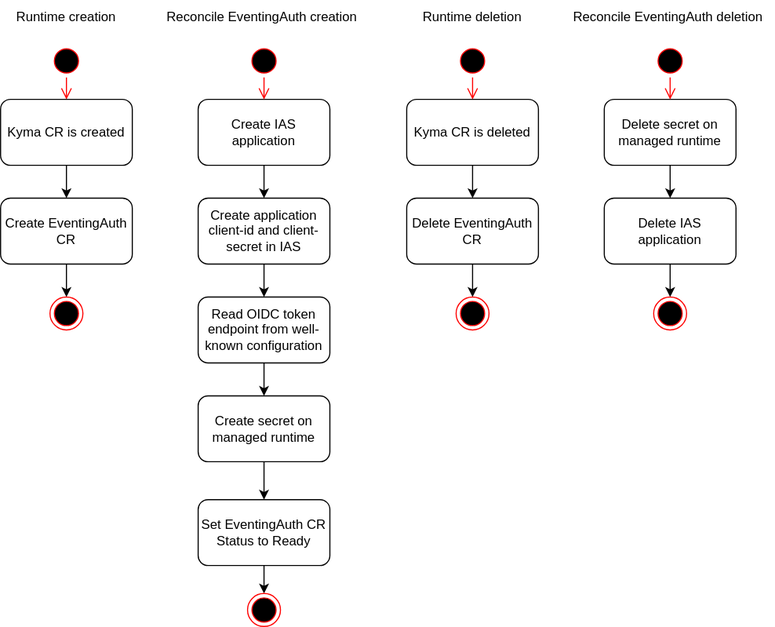
Above: doc/controller-flow.svg in kyma-project/eventing-auth-manager (draw.io), before the change. Source tidied: cells renumbered, new cells last; positions are measured from the earlier drawing's top-left corner, leaving out a move shared by most shapes.
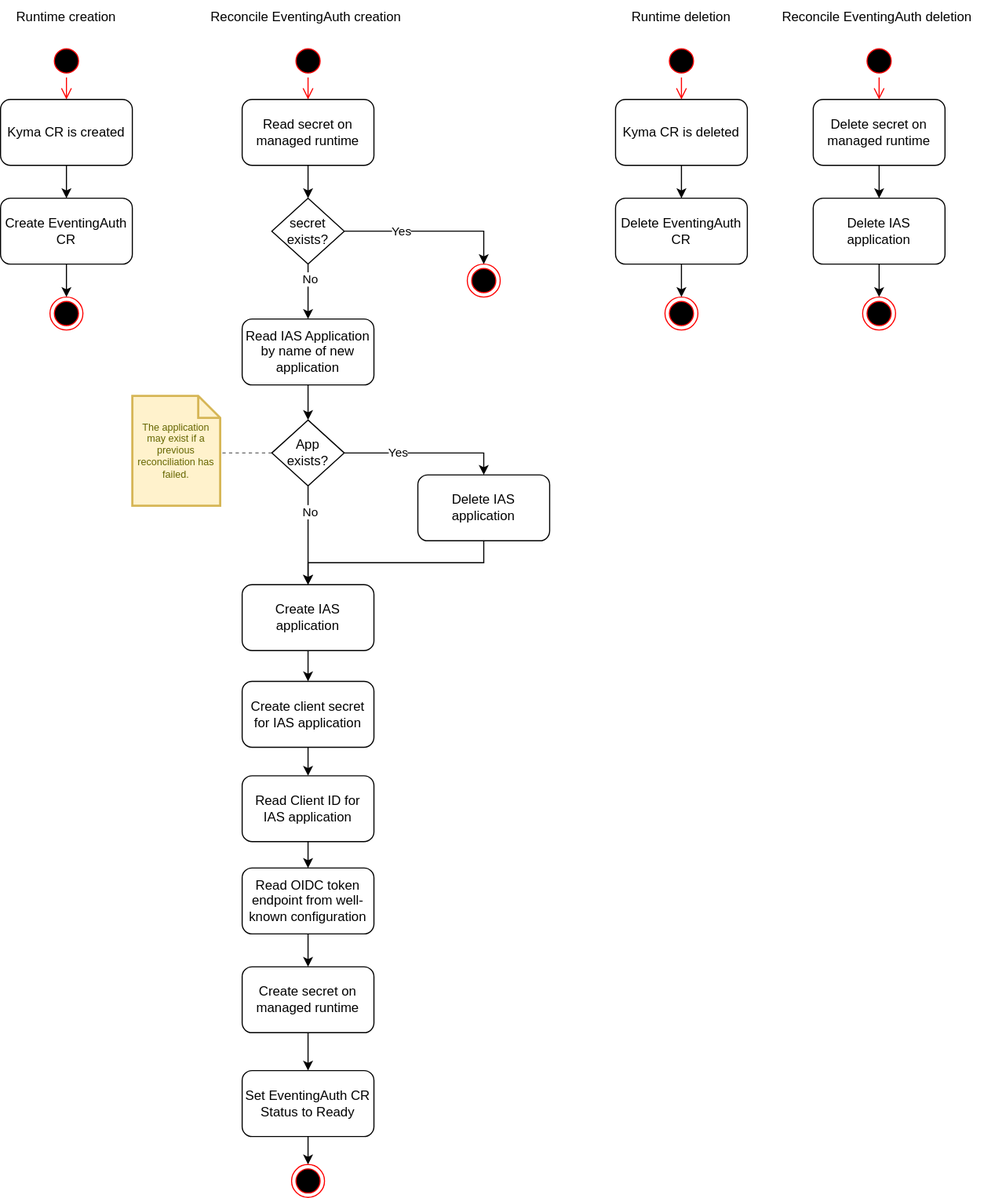
Above is the later version.

Commit message:
Extend reconciliation flow

What changed in the source:
```diff
@@ -20,35 +20,28 @@
     <mxCell id="7" value="Create EventingAuth CR" style="rounded=1;whiteSpace=wrap;html=1;" parent="1" vertex="1">
       <mxGeometry y="180" width="120" height="60" as="geometry" />
     </mxCell>
-    <mxCell id="8" style="edgeStyle=orthogonalEdgeStyle;rounded=0;jettySize=auto;html=1;entryX=0.5;entryY=0;entryDx=0;entryDy=0;" parent="1" edge="1" source="9" target="11">
-      <mxGeometry relative="1" as="geometry" />
-    </mxCell>
-    <mxCell id="9" value="Create IAS application" style="rounded=1;whiteSpace=wrap;html=1;" parent="1" vertex="1">
-      <mxGeometry x="180" y="90" width="120" height="60" as="geometry" />
-    </mxCell>
-    <mxCell id="10" style="edgeStyle=orthogonalEdgeStyle;rounded=0;jettySize=auto;html=1;entryX=0.5;entryY=0;entryDx=0;entryDy=0;" parent="1" edge="1" source="11" target="13">
-      <mxGeometry relative="1" as="geometry" />
-    </mxCell>
-    <mxCell id="11" value="Create application client-id and client-secret in IAS" style="rounded=1;whiteSpace=wrap;html=1;" parent="1" vertex="1">
-      <mxGeometry x="180" y="180" width="120" height="60" as="geometry" />
+    <mxCell id="11" value="Read IAS Application by name of new application" style="rounded=1;whiteSpace=wrap;html=1;" parent="1" vertex="1">
+      <mxGeometry x="220" y="290" width="120" height="60" as="geometry" />
     </mxCell>
     <mxCell id="12" style="edgeStyle=orthogonalEdgeStyle;rounded=0;jettySize=auto;html=1;entryX=0.5;entryY=0;entryDx=0;entryDy=0;" parent="1" edge="1" source="13" target="20">
       <mxGeometry relative="1" as="geometry" />
     </mxCell>
     <mxCell id="13" value="Read OIDC token endpoint from well-known configuration" style="rounded=1;whiteSpace=wrap;html=1;" parent="1" vertex="1">
-      <mxGeometry x="180" y="270" width="120" height="60" as="geometry" />
+      <mxGeometry x="220" y="790" width="120" height="60" as="geometry" />
     </mxCell>
     <mxCell id="14" value="Runtime creation" style="text;html=1;strokeColor=none;fillColor=none;align=center;verticalAlign=middle;whiteSpace=wrap;rounded=0;" parent="1" vertex="1">
       <mxGeometry width="120" height="30" as="geometry" />
     </mxCell>
     <mxCell id="15" value="Reconcile EventingAuth creation&amp;nbsp;" style="text;html=1;strokeColor=none;fillColor=none;align=center;verticalAlign=middle;whiteSpace=wrap;rounded=0;" parent="1" vertex="1">
-      <mxGeometry x="150" width="180" height="30" as="geometry" />
+      <mxGeometry x="190" width="180" height="30" as="geometry" />
     </mxCell>
     <mxCell id="16" style="ellipse;html=1;shape=startState;fillColor=#000000;strokeColor=#ff0000;" parent="1" vertex="1">
-      <mxGeometry x="225" y="40" width="30" height="30" as="geometry" />
+      <mxGeometry x="265" y="40" width="30" height="30" as="geometry" />
     </mxCell>
-    <mxCell id="17" style="edgeStyle=orthogonalEdgeStyle;html=1;verticalAlign=bottom;endArrow=open;endSize=8;strokeColor=#ff0000;rounded=0;entryX=0.5;entryY=0;entryDx=0;entryDy=0;" parent="1" edge="1" source="16" target="9">
-      <mxGeometry relative="1" as="geometry" />
+    <mxCell id="17" style="edgeStyle=orthogonalEdgeStyle;html=1;verticalAlign=bottom;endArrow=open;endSize=8;strokeColor=#ff0000;rounded=0;entryX=0.5;entryY=0;entryDx=0;entryDy=0;" parent="1" edge="1" source="16">
+      <mxGeometry relative="1" as="geometry">
+        <mxPoint x="280" y="90" as="targetPoint" />
+      </mxGeometry>
     </mxCell>
     <mxCell id="18" style="ellipse;html=1;shape=endState;fillColor=#000000;strokeColor=#ff0000;" parent="1" vertex="1">
       <mxGeometry x="45" y="270" width="30" height="30" as="geometry" />
@@ -57,19 +50,19 @@
       <mxGeometry relative="1" as="geometry" />
     </mxCell>
     <mxCell id="20" value="Create secret on managed runtime" style="rounded=1;whiteSpace=wrap;html=1;" parent="1" vertex="1">
-      <mxGeometry x="180" y="360" width="120" height="60" as="geometry" />
+      <mxGeometry x="220" y="880" width="120" height="60" as="geometry" />
     </mxCell>
     <mxCell id="21" style="edgeStyle=orthogonalEdgeStyle;rounded=0;jettySize=auto;html=1;entryX=0.5;entryY=0;entryDx=0;entryDy=0;" parent="1" edge="1" source="22" target="23">
       <mxGeometry relative="1" as="geometry" />
     </mxCell>
     <mxCell id="22" value="Set EventingAuth CR Status to Ready" style="rounded=1;whiteSpace=wrap;html=1;" parent="1" vertex="1">
-      <mxGeometry x="180" y="454.5" width="120" height="60" as="geometry" />
+      <mxGeometry x="220" y="974.5" width="120" height="60" as="geometry" />
     </mxCell>
     <mxCell id="23" style="ellipse;html=1;shape=endState;fillColor=#000000;strokeColor=#ff0000;" parent="1" vertex="1">
-      <mxGeometry x="225" y="540" width="30" height="30" as="geometry" />
+      <mxGeometry x="265" y="1060" width="30" height="30" as="geometry" />
     </mxCell>
     <mxCell id="24" style="ellipse;html=1;shape=startState;fillColor=#000000;strokeColor=#ff0000;" parent="1" vertex="1">
-      <mxGeometry x="415" y="40" width="30" height="30" as="geometry" />
+      <mxGeometry x="605" y="40" width="30" height="30" as="geometry" />
     </mxCell>
     <mxCell id="25" style="edgeStyle=orthogonalEdgeStyle;html=1;verticalAlign=bottom;endArrow=open;endSize=8;strokeColor=#ff0000;rounded=0;entryX=0.5;entryY=0;entryDx=0;entryDy=0;" parent="1" edge="1" source="24" target="27">
       <mxGeometry relative="1" as="geometry" />
@@ -78,45 +71,122 @@
       <mxGeometry relative="1" as="geometry" />
     </mxCell>
     <mxCell id="27" value="Kyma CR is deleted" style="rounded=1;whiteSpace=wrap;html=1;" parent="1" vertex="1">
-      <mxGeometry x="370" y="90" width="120" height="60" as="geometry" />
+      <mxGeometry x="560" y="90" width="120" height="60" as="geometry" />
     </mxCell>
     <mxCell id="28" style="edgeStyle=orthogonalEdgeStyle;rounded=0;jettySize=auto;html=1;entryX=0.5;entryY=0;entryDx=0;entryDy=0;" parent="1" edge="1" source="29" target="31">
       <mxGeometry relative="1" as="geometry" />
     </mxCell>
     <mxCell id="29" value="Delete EventingAuth CR" style="rounded=1;whiteSpace=wrap;html=1;" parent="1" vertex="1">
-      <mxGeometry x="370" y="180" width="120" height="60" as="geometry" />
+      <mxGeometry x="560" y="180" width="120" height="60" as="geometry" />
     </mxCell>
     <mxCell id="30" value="Runtime deletion" style="text;html=1;strokeColor=none;fillColor=none;align=center;verticalAlign=middle;whiteSpace=wrap;rounded=0;" parent="1" vertex="1">
-      <mxGeometry x="370" width="120" height="30" as="geometry" />
+      <mxGeometry x="560" width="120" height="30" as="geometry" />
     </mxCell>
     <mxCell id="31" style="ellipse;html=1;shape=endState;fillColor=#000000;strokeColor=#ff0000;" parent="1" vertex="1">
-      <mxGeometry x="415" y="270" width="30" height="30" as="geometry" />
+      <mxGeometry x="605" y="270" width="30" height="30" as="geometry" />
     </mxCell>
     <mxCell id="32" style="edgeStyle=orthogonalEdgeStyle;rounded=0;jettySize=auto;html=1;entryX=0.5;entryY=0;entryDx=0;entryDy=0;" parent="1" edge="1" source="33" target="35">
       <mxGeometry relative="1" as="geometry" />
     </mxCell>
     <mxCell id="33" value="Delete secret on managed runtime" style="rounded=1;whiteSpace=wrap;html=1;" parent="1" vertex="1">
-      <mxGeometry x="550" y="90" width="120" height="60" as="geometry" />
+      <mxGeometry x="740" y="90" width="120" height="60" as="geometry" />
     </mxCell>
     <mxCell id="34" style="edgeStyle=orthogonalEdgeStyle;rounded=0;jettySize=auto;html=1;entryX=0.5;entryY=0;entryDx=0;entryDy=0;" parent="1" edge="1" source="35" target="39">
       <mxGeometry relative="1" as="geometry" />
     </mxCell>
     <mxCell id="35" value="Delete IAS application" style="rounded=1;whiteSpace=wrap;html=1;" parent="1" vertex="1">
-      <mxGeometry x="550" y="180" width="120" height="60" as="geometry" />
+      <mxGeometry x="740" y="180" width="120" height="60" as="geometry" />
     </mxCell>
     <mxCell id="36" value="Reconcile EventingAuth deletion&amp;nbsp;" style="text;html=1;strokeColor=none;fillColor=none;align=center;verticalAlign=middle;whiteSpace=wrap;rounded=0;" parent="1" vertex="1">
-      <mxGeometry x="515" width="190" height="30" as="geometry" />
+      <mxGeometry x="705" width="190" height="30" as="geometry" />
     </mxCell>
     <mxCell id="37" style="ellipse;html=1;shape=startState;fillColor=#000000;strokeColor=#ff0000;" parent="1" vertex="1">
-      <mxGeometry x="595" y="40" width="30" height="30" as="geometry" />
+      <mxGeometry x="785" y="40" width="30" height="30" as="geometry" />
     </mxCell>
     <mxCell id="38" style="edgeStyle=orthogonalEdgeStyle;html=1;verticalAlign=bottom;endArrow=open;endSize=8;strokeColor=#ff0000;rounded=0;" parent="1" edge="1" source="37">
       <mxGeometry relative="1" as="geometry">
-        <mxPoint x="610" y="90" as="targetPoint" />
+        <mxPoint x="800" y="90" as="targetPoint" />
       </mxGeometry>
     </mxCell>
     <mxCell id="39" style="ellipse;html=1;shape=endState;fillColor=#000000;strokeColor=#ff0000;" parent="1" vertex="1">
-      <mxGeometry x="595" y="270" width="30" height="30" as="geometry" />
+      <mxGeometry x="785" y="270" width="30" height="30" as="geometry" />
     </mxCell>
+    <mxCell id="40" style="edgeStyle=orthogonalEdgeStyle;rounded=0;jettySize=auto;html=1;entryX=0.5;entryY=0;entryDx=0;entryDy=0;" parent="1" edge="1" source="9" target="59">
+      <mxGeometry relative="1" as="geometry" />
+    </mxCell>
+    <mxCell id="9" value="Create IAS application" style="rounded=1;whiteSpace=wrap;html=1;" parent="1" vertex="1">
+      <mxGeometry x="220" y="532" width="120" height="60" as="geometry" />
+    </mxCell>
+    <mxCell id="41" style="edgeStyle=orthogonalEdgeStyle;rounded=0;jettySize=auto;html=1;entryX=0.5;entryY=0;entryDx=0;entryDy=0;" parent="1" edge="1" source="42" target="47">
+      <mxGeometry relative="1" as="geometry" />
+    </mxCell>
+    <mxCell id="42" value="Read secret on managed runtime" style="rounded=1;whiteSpace=wrap;html=1;" parent="1" vertex="1">
+      <mxGeometry x="220" y="90" width="120" height="60" as="geometry" />
+    </mxCell>
+    <mxCell id="43" style="edgeStyle=orthogonalEdgeStyle;rounded=0;jettySize=auto;html=1;entryX=0.5;entryY=0;entryDx=0;entryDy=0;" parent="1" edge="1" source="47" target="48">
+      <mxGeometry relative="1" as="geometry" />
+    </mxCell>
+    <mxCell id="44" value="Yes" style="edgeLabel;html=1;align=center;verticalAlign=middle;" parent="43" vertex="1">
+      <mxGeometry x="-0.35" y="1" relative="1" as="geometry" />
+    </mxCell>
+    <mxCell id="45" style="edgeStyle=orthogonalEdgeStyle;rounded=0;jettySize=auto;html=1;entryX=0.5;entryY=0;entryDx=0;entryDy=0;" parent="1" edge="1" source="47" target="11">
+      <mxGeometry relative="1" as="geometry" />
+    </mxCell>
+    <mxCell id="46" value="No" style="edgeLabel;html=1;align=center;verticalAlign=middle;" parent="45" vertex="1">
+      <mxGeometry x="-0.48" y="1" relative="1" as="geometry" />
+    </mxCell>
+    <mxCell id="47" value="secret&lt;br&gt;exists?" style="rhombus;whiteSpace=wrap;html=1;" parent="1" vertex="1">
+      <mxGeometry x="247" y="180" width="66" height="60" as="geometry" />
+    </mxCell>
+    <mxCell id="48" style="ellipse;html=1;shape=endState;fillColor=#000000;strokeColor=#ff0000;" parent="1" vertex="1">
+      <mxGeometry x="425" y="240" width="30" height="30" as="geometry" />
+    </mxCell>
+    <mxCell id="49" style="edgeStyle=orthogonalEdgeStyle;rounded=0;jettySize=auto;html=1;entryX=0.5;entryY=0;entryDx=0;entryDy=0;exitX=0.5;exitY=1;exitDx=0;exitDy=0;" parent="1" edge="1" source="11" target="55">
+      <mxGeometry relative="1" as="geometry" />
+    </mxCell>
+    <mxCell id="50" style="edgeStyle=orthogonalEdgeStyle;rounded=0;jettySize=auto;html=1;entryX=0.5;entryY=0;entryDx=0;entryDy=0;" parent="1" edge="1" source="55" target="57">
+      <mxGeometry relative="1" as="geometry" />
+    </mxCell>
+    <mxCell id="51" value="Yes" style="edgeLabel;html=1;align=center;verticalAlign=middle;" parent="50" vertex="1">
+      <mxGeometry x="-0.35" y="1" relative="1" as="geometry" />
+    </mxCell>
+    <mxCell id="52" style="edgeStyle=orthogonalEdgeStyle;rounded=0;jettySize=auto;html=1;entryX=0.5;entryY=0;entryDx=0;entryDy=0;" parent="1" edge="1" source="55" target="9">
+      <mxGeometry relative="1" as="geometry" />
+    </mxCell>
+    <mxCell id="53" value="No" style="edgeLabel;html=1;align=center;verticalAlign=middle;" parent="52" vertex="1">
+      <mxGeometry x="-0.48" y="1" relative="1" as="geometry" />
+    </mxCell>
+    <mxCell id="54" style="edgeStyle=orthogonalEdgeStyle;rounded=0;jettySize=auto;html=1;entryX=1;entryY=0.52;entryDx=0;entryDy=0;entryPerimeter=0;dashed=1;fillColor=#f5f5f5;strokeColor=#666666;endArrow=none;endFill=0;" parent="1" edge="1" source="55" target="62">
+      <mxGeometry relative="1" as="geometry">
+        <Array as="points">
+          <mxPoint x="230" y="412" />
+          <mxPoint x="230" y="412" />
+        </Array>
+      </mxGeometry>
+    </mxCell>
+    <mxCell id="55" value="App&lt;br&gt;exists?" style="rhombus;whiteSpace=wrap;html=1;" parent="1" vertex="1">
+      <mxGeometry x="247" y="382" width="66" height="60" as="geometry" />
+    </mxCell>
+    <mxCell id="56" style="edgeStyle=orthogonalEdgeStyle;rounded=0;jettySize=auto;html=1;entryX=0.5;entryY=0;entryDx=0;entryDy=0;exitX=0.5;exitY=1;exitDx=0;exitDy=0;" parent="1" edge="1" source="57" target="9">
+      <mxGeometry relative="1" as="geometry" />
+    </mxCell>
+    <mxCell id="57" value="Delete IAS application" style="rounded=1;whiteSpace=wrap;html=1;" parent="1" vertex="1">
+      <mxGeometry x="380" y="432" width="120" height="60" as="geometry" />
+    </mxCell>
+    <mxCell id="58" style="edgeStyle=orthogonalEdgeStyle;rounded=0;jettySize=auto;html=1;exitX=0.5;exitY=1;exitDx=0;exitDy=0;entryX=0.5;entryY=0;entryDx=0;entryDy=0;" parent="1" edge="1" source="59" target="61">
+      <mxGeometry relative="1" as="geometry" />
+    </mxCell>
+    <mxCell id="59" value="Create client secret for IAS application" style="rounded=1;whiteSpace=wrap;html=1;" parent="1" vertex="1">
+      <mxGeometry x="220" y="620" width="120" height="60" as="geometry" />
+    </mxCell>
+    <mxCell id="60" style="edgeStyle=orthogonalEdgeStyle;rounded=0;jettySize=auto;html=1;" parent="1" edge="1" source="61" target="13">
+      <mxGeometry relative="1" as="geometry" />
+    </mxCell>
+    <mxCell id="61" value="Read Client ID for IAS application" style="rounded=1;whiteSpace=wrap;html=1;" parent="1" vertex="1">
+      <mxGeometry x="220" y="706" width="120" height="60" as="geometry" />
+    </mxCell>
+    <mxCell id="62" value="The application may exist if a previous reconciliation has failed." style="shape=note;strokeWidth=2;fontSize=9;size=20;whiteSpace=wrap;html=1;fillColor=#fff2cc;strokeColor=#d6b656;fontColor=#666600;" parent="1" vertex="1">
+      <mxGeometry x="120" y="360" width="80" height="100" as="geometry" />
+    </mxCell>
   </root>
 </mxGraphModel>
```
